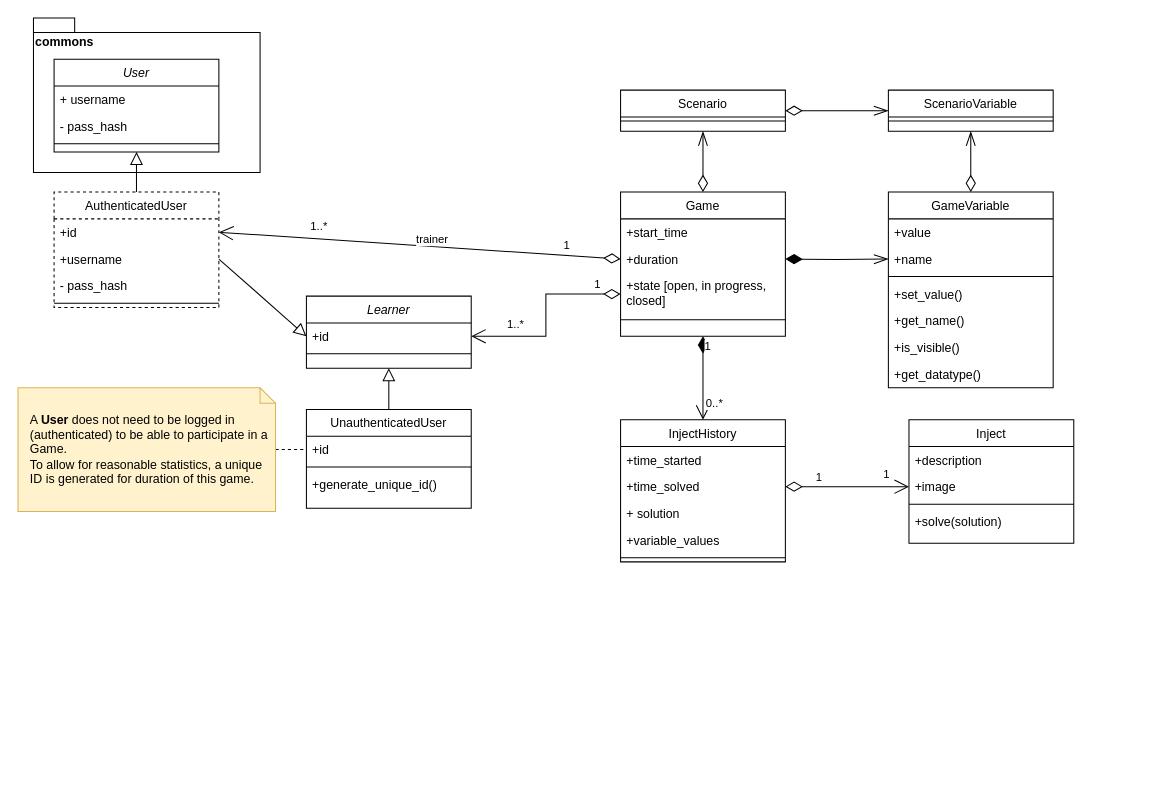
This is page "Game_Participation" (3 of 5) of artefacts/static_view/class diagram.drawio from Elias-Ladenburger/CSEP, a draw.io file, before an edit. Source tidied: cells renumbered, new cells numbered last; positions are measured from the earlier drawing's top-left corner, leaving out a move shared by most shapes. Both pictures are drawn from the tidied source at 103%, with x=0, y=0 at pixel (18, 18).
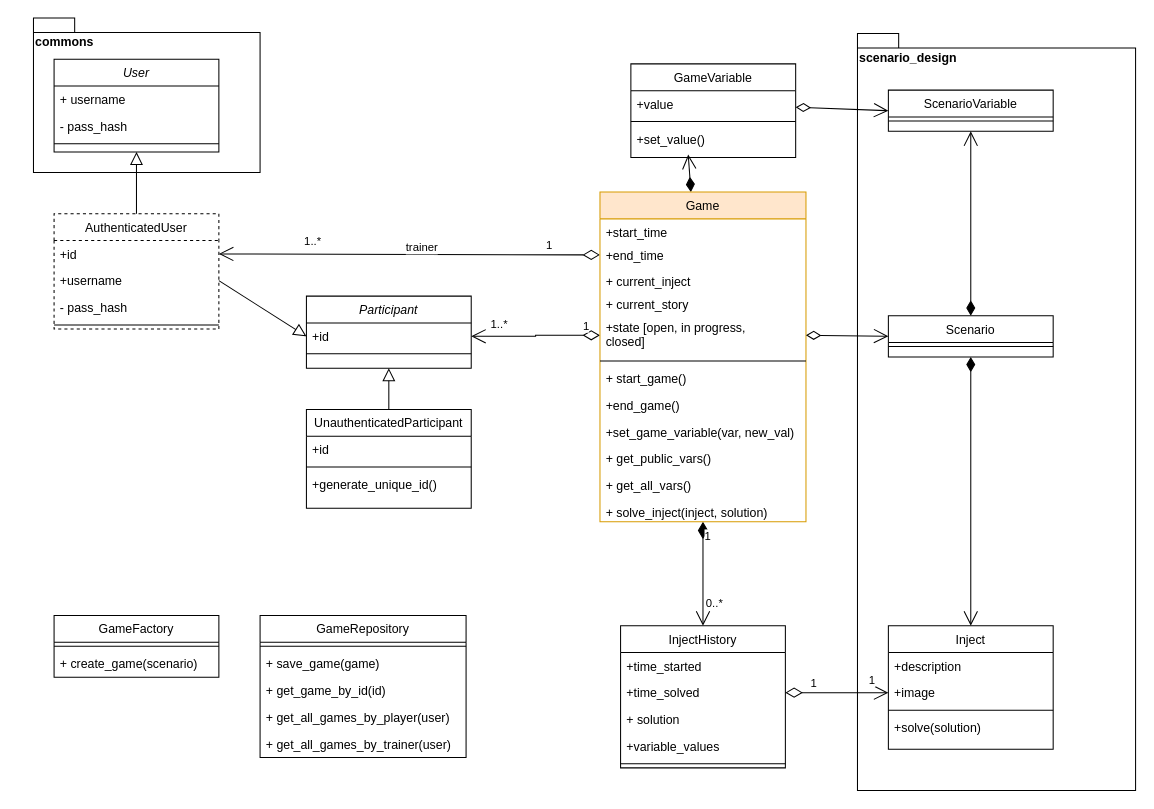
The same diagram, later.

Unchanged cells that the change refers to:
```xml
<mxCell id="3" value="+value" style="text;align=left;verticalAlign=top;spacingLeft=4;spacingRight=4;overflow=hidden;points=[[0,0.5],[1,0.5]];portConstraint=eastwest;" parent="2" vertex="1">
  <mxGeometry y="26" width="160" height="26" as="geometry" />
</mxCell>
<mxCell id="29" value="+id" style="text;align=left;verticalAlign=top;spacingLeft=4;spacingRight=4;overflow=hidden;points=[[0,0.5],[1,0.5]];portConstraint=eastwest;" parent="28" vertex="1">
  <mxGeometry y="26" width="160" height="26" as="geometry" />
</mxCell>
<mxCell id="58" value="ScenarioVariable" style="swimlane;fontStyle=0;align=center;verticalAlign=top;horizontal=1;startSize=26;rounded=0;shadow=0;strokeWidth=1;" parent="1" vertex="1">
  <mxGeometry x="845" y="70" width="160" height="40" as="geometry" />
</mxCell>
```

Diff of the diagram source:
```diff
@@
+    <mxCell id="65" value="scenario_design" style="shape=folder;fontStyle=1;spacingTop=10;tabWidth=40;tabHeight=14;tabPosition=left;html=1;verticalAlign=top;align=left;" parent="1" vertex="1">
+      <mxGeometry x="815" y="15" width="270" height="735" as="geometry" />
+    </mxCell>
     <mxCell id="2" value="GameVariable" style="swimlane;fontStyle=0;align=center;verticalAlign=top;horizontal=1;startSize=26;rounded=0;shadow=0;strokeWidth=1;" parent="1" vertex="1">
-      <mxGeometry x="845" y="169" width="160" height="190" as="geometry" />
+      <mxGeometry x="595" y="44.5" width="160" height="91" as="geometry" />
     </mxCell>
@@
-    <mxCell id="4" value="+name" style="text;align=left;verticalAlign=top;spacingLeft=4;spacingRight=4;overflow=hidden;" parent="2" vertex="1">
-      <mxGeometry y="52" width="160" height="26" as="geometry" />
-    </mxCell>
     <mxCell id="5" style="line;html=1;strokeWidth=1;align=left;verticalAlign=middle;spacingTop=-1;spacingLeft=3;spacingRight=3;labelPosition=right;" parent="2" vertex="1">
-      <mxGeometry y="78" width="160" height="8" as="geometry" />
+      <mxGeometry y="52" width="160" height="8" as="geometry" />
     </mxCell>
     <mxCell id="6" value="+set_value()" style="text;align=left;verticalAlign=top;spacingLeft=4;spacingRight=4;overflow=hidden;points=[[0,0.5],[1,0.5]];portConstraint=eastwest;" parent="2" vertex="1">
-      <mxGeometry y="86" width="160" height="26" as="geometry" />
+      <mxGeometry y="60" width="160" height="26" as="geometry" />
     </mxCell>
-    <mxCell id="7" value="+get_name()" style="text;align=left;verticalAlign=top;spacingLeft=4;spacingRight=4;overflow=hidden;" parent="2" vertex="1">
-      <mxGeometry y="112" width="160" height="26" as="geometry" />
-    </mxCell>
-    <mxCell id="8" value="+is_visible()" style="text;align=left;verticalAlign=top;spacingLeft=4;spacingRight=4;overflow=hidden;" parent="2" vertex="1">
-      <mxGeometry y="138" width="160" height="26" as="geometry" />
-    </mxCell>
-    <mxCell id="9" value="+get_datatype()" style="text;align=left;verticalAlign=top;spacingLeft=4;spacingRight=4;overflow=hidden;" parent="2" vertex="1">
-      <mxGeometry y="164" width="160" height="26" as="geometry" />
-    </mxCell>
-    <mxCell id="10" value="Learner" style="swimlane;fontStyle=2;align=center;verticalAlign=top;horizontal=1;startSize=26;rounded=0;shadow=0;strokeWidth=1;" parent="1" vertex="1">
+    <mxCell id="10" value="Participant" style="swimlane;fontStyle=2;align=center;verticalAlign=top;horizontal=1;startSize=26;rounded=0;shadow=0;strokeWidth=1;" parent="1" vertex="1">
       <mxGeometry x="280" y="270" width="160" height="70" as="geometry" />
     </mxCell>
@@
     <mxCell id="13" value="InjectHistory" style="swimlane;fontStyle=0;align=center;verticalAlign=top;horizontal=1;startSize=26;rounded=0;shadow=0;strokeWidth=1;" parent="1" vertex="1">
-      <mxGeometry x="585" y="390" width="160" height="138" as="geometry" />
+      <mxGeometry x="585" y="590" width="160" height="138" as="geometry" />
     </mxCell>
@@
     <mxCell id="23" value="AuthenticatedUser" style="swimlane;fontStyle=0;align=center;verticalAlign=top;horizontal=1;startSize=26;rounded=0;shadow=0;strokeWidth=1;dashed=1;" parent="1" vertex="1">
-      <mxGeometry x="35" y="169" width="160" height="112" as="geometry" />
+      <mxGeometry x="35" y="190" width="160" height="112" as="geometry" />
     </mxCell>
@@
-    <mxCell id="28" value="UnauthenticatedUser" style="swimlane;fontStyle=0;align=center;verticalAlign=top;horizontal=1;startSize=26;rounded=0;shadow=0;strokeWidth=1;" parent="1" vertex="1">
+    <mxCell id="28" value="UnauthenticatedParticipant" style="swimlane;fontStyle=0;align=center;verticalAlign=top;horizontal=1;startSize=26;rounded=0;shadow=0;strokeWidth=1;" parent="1" vertex="1">
       <mxGeometry x="280" y="380" width="160" height="96" as="geometry" />
     </mxCell>
@@
-    <mxCell id="33" style="rounded=0;jettySize=auto;html=1;dashed=1;endArrow=none;endFill=0;entryX=0;entryY=0.5;entryDx=0;entryDy=0;" parent="1" edge="1" source="34" target="29">
-      <mxGeometry relative="1" as="geometry" />
-    </mxCell>
-    <mxCell id="34" value="&lt;div&gt;A &lt;b&gt;User &lt;/b&gt;does not need to be logged in (authenticated) to be able to participate in a Game.&lt;/div&gt;To allow for reasonable statistics, a unique ID is generated for duration of this game.&amp;nbsp;" style="shape=note;size=15;align=left;spacingLeft=10;html=1;whiteSpace=wrap;fillColor=#fff2cc;strokeColor=#d6b656;" parent="1" vertex="1">
-      <mxGeometry y="359" width="250" height="120" as="geometry" />
-    </mxCell>
@@
     <mxCell id="45" value="Inject" style="swimlane;fontStyle=0;align=center;verticalAlign=top;horizontal=1;startSize=26;rounded=0;shadow=0;strokeWidth=1;" parent="1" vertex="1">
-      <mxGeometry x="865" y="390" width="160" height="120" as="geometry" />
+      <mxGeometry x="845" y="590" width="160" height="120" as="geometry" />
     </mxCell>
@@
+    <mxCell id="66" style="edgeStyle=none;rounded=0;jettySize=auto;html=1;entryX=0.348;entryY=1.079;entryDx=0;entryDy=0;entryPerimeter=0;startArrow=diamondThin;startFill=1;endArrow=open;endFill=0;startSize=12;endSize=12;" parent="1" edge="1" source="52" target="6">
+      <mxGeometry relative="1" as="geometry" />
+    </mxCell>
-    <mxCell id="52" value="Game" style="swimlane;fontStyle=0;align=center;verticalAlign=top;horizontal=1;startSize=26;rounded=0;shadow=0;strokeWidth=1;" parent="1" vertex="1">
-      <mxGeometry x="585" y="169" width="160" height="140" as="geometry" />
+    <mxCell id="52" value="Game" style="swimlane;fontStyle=0;align=center;verticalAlign=top;horizontal=1;startSize=26;rounded=0;shadow=0;strokeWidth=1;fillColor=#ffe6cc;strokeColor=#d79b00;" parent="1" vertex="1">
+      <mxGeometry x="565" y="169" width="200" height="320" as="geometry" />
     </mxCell>
     <mxCell id="53" value="+start_time" style="text;align=left;verticalAlign=top;spacingLeft=4;spacingRight=4;overflow=hidden;" parent="52" vertex="1">
-      <mxGeometry y="26" width="160" height="26" as="geometry" />
+      <mxGeometry y="26" width="200" height="22" as="geometry" />
     </mxCell>
-    <mxCell id="54" value="+duration" style="text;align=left;verticalAlign=top;spacingLeft=4;spacingRight=4;overflow=hidden;points=[[0,0.5],[1,0.5]];portConstraint=eastwest;rounded=0;shadow=0;html=0;" parent="52" vertex="1">
-      <mxGeometry y="52" width="160" height="26" as="geometry" />
+    <mxCell id="54" value="+end_time" style="text;align=left;verticalAlign=top;spacingLeft=4;spacingRight=4;overflow=hidden;points=[[0,0.5],[1,0.5]];portConstraint=eastwest;rounded=0;shadow=0;html=0;" parent="52" vertex="1">
+      <mxGeometry y="48" width="200" height="26" as="geometry" />
     </mxCell>
+    <mxCell id="67" value="+ current_inject" style="text;align=left;verticalAlign=top;spacingLeft=4;spacingRight=4;overflow=hidden;" parent="52" vertex="1">
+      <mxGeometry y="74" width="200" height="22" as="geometry" />
+    </mxCell>
+    <mxCell id="68" value="+ current_story" style="text;align=left;verticalAlign=top;spacingLeft=4;spacingRight=4;overflow=hidden;" parent="52" vertex="1">
+      <mxGeometry y="96" width="200" height="22" as="geometry" />
+    </mxCell>
     <mxCell id="55" value="+state [open, in progress, &#10;closed]" style="text;align=left;verticalAlign=top;spacingLeft=4;spacingRight=4;overflow=hidden;points=[[0,0.5],[1,0.5]];portConstraint=eastwest;rounded=0;shadow=0;html=0;" parent="52" vertex="1">
-      <mxGeometry y="78" width="160" height="42" as="geometry" />
+      <mxGeometry y="118" width="200" height="42" as="geometry" />
     </mxCell>
     <mxCell id="56" style="line;html=1;strokeWidth=1;align=left;verticalAlign=middle;spacingTop=-1;spacingLeft=3;spacingRight=3;labelPosition=right;" parent="52" vertex="1">
-      <mxGeometry y="120" width="160" height="8" as="geometry" />
+      <mxGeometry y="160" width="200" height="8" as="geometry" />
     </mxCell>
-    <mxCell id="57" style="edgeStyle=orthogonalEdgeStyle;rounded=0;jettySize=auto;html=1;exitX=0.5;exitY=1;exitDx=0;exitDy=0;entryX=0.5;entryY=0;entryDx=0;entryDy=0;startArrow=openThin;startFill=0;endArrow=diamondThin;endFill=0;endSize=14;startSize=12;" parent="1" edge="1" source="61" target="52">
-      <mxGeometry relative="1" as="geometry" />
-    </mxCell>
+    <mxCell id="69" value="+ start_game()" style="text;align=left;verticalAlign=top;spacingLeft=4;spacingRight=4;overflow=hidden;rounded=0;shadow=0;html=0;" parent="52" vertex="1">
+      <mxGeometry y="168" width="200" height="26" as="geometry" />
+    </mxCell>
+    <mxCell id="70" value="+end_game()" style="text;align=left;verticalAlign=top;spacingLeft=4;spacingRight=4;overflow=hidden;rounded=0;shadow=0;html=0;" parent="52" vertex="1">
+      <mxGeometry y="194" width="200" height="26" as="geometry" />
+    </mxCell>
+    <mxCell id="71" value="+set_game_variable(var, new_val)" style="text;align=left;verticalAlign=top;spacingLeft=4;spacingRight=4;overflow=hidden;rounded=0;shadow=0;html=0;" parent="52" vertex="1">
+      <mxGeometry y="220" width="200" height="26" as="geometry" />
+    </mxCell>
+    <mxCell id="72" value="+ get_public_vars()" style="text;align=left;verticalAlign=top;spacingLeft=4;spacingRight=4;overflow=hidden;rounded=0;shadow=0;html=0;" parent="52" vertex="1">
+      <mxGeometry y="246" width="200" height="26" as="geometry" />
+    </mxCell>
+    <mxCell id="73" value="+ get_all_vars()" style="text;align=left;verticalAlign=top;spacingLeft=4;spacingRight=4;overflow=hidden;rounded=0;shadow=0;html=0;" parent="52" vertex="1">
+      <mxGeometry y="272" width="200" height="26" as="geometry" />
+    </mxCell>
+    <mxCell id="74" value="+ solve_inject(inject, solution)" style="text;align=left;verticalAlign=top;spacingLeft=4;spacingRight=4;overflow=hidden;" parent="52" vertex="1">
+      <mxGeometry y="298" width="200" height="22" as="geometry" />
+    </mxCell>
@@
-    <mxCell id="60" style="edgeStyle=orthogonalEdgeStyle;rounded=0;jettySize=auto;html=1;exitX=0;exitY=0.5;exitDx=0;exitDy=0;startArrow=openThin;startFill=0;endArrow=diamondThin;endFill=1;endSize=14;startSize=12;entryX=1;entryY=0.5;entryDx=0;entryDy=0;" parent="1" edge="1" target="54">
-      <mxGeometry relative="1" as="geometry">
-        <mxPoint x="845" y="234" as="sourcePoint" />
-      </mxGeometry>
-    </mxCell>
+    <mxCell id="75" style="edgeStyle=none;rounded=0;jettySize=auto;html=1;entryX=0.5;entryY=1;entryDx=0;entryDy=0;startArrow=diamondThin;startFill=1;endArrow=open;endFill=0;startSize=12;endSize=12;" parent="1" edge="1" source="61" target="58">
+      <mxGeometry relative="1" as="geometry" />
+    </mxCell>
+    <mxCell id="76" style="edgeStyle=none;rounded=0;jettySize=auto;html=1;entryX=0.5;entryY=0;entryDx=0;entryDy=0;startArrow=diamondThin;startFill=1;endArrow=open;endFill=0;startSize=12;endSize=12;" parent="1" edge="1" source="61" target="45">
+      <mxGeometry relative="1" as="geometry" />
+    </mxCell>
     <mxCell id="61" value="Scenario" style="swimlane;fontStyle=0;align=center;verticalAlign=top;horizontal=1;startSize=26;rounded=0;shadow=0;strokeWidth=1;" parent="1" vertex="1">
-      <mxGeometry x="585" y="70" width="160" height="40" as="geometry" />
+      <mxGeometry x="845" y="289" width="160" height="40" as="geometry" />
     </mxCell>
@@
-    <mxCell id="63" style="edgeStyle=orthogonalEdgeStyle;rounded=0;jettySize=auto;html=1;exitX=0.5;exitY=1;exitDx=0;exitDy=0;startArrow=openThin;startFill=0;endArrow=diamondThin;endFill=0;endSize=14;startSize=12;" parent="1" edge="1" source="58" target="2">
-      <mxGeometry relative="1" as="geometry" />
-    </mxCell>
-    <mxCell id="64" style="edgeStyle=orthogonalEdgeStyle;rounded=0;jettySize=auto;html=1;exitX=0;exitY=0.5;exitDx=0;exitDy=0;entryX=1;entryY=0.5;entryDx=0;entryDy=0;startArrow=openThin;startFill=0;endArrow=diamondThin;endFill=0;endSize=14;startSize=12;" parent="1" edge="1" source="58" target="61">
-      <mxGeometry relative="1" as="geometry" />
-    </mxCell>
+    <mxCell id="77" style="edgeStyle=none;rounded=0;jettySize=auto;html=1;entryX=0;entryY=0.5;entryDx=0;entryDy=0;startArrow=diamondThin;startFill=0;endArrow=open;endFill=0;startSize=12;endSize=12;" parent="1" edge="1" source="3" target="58">
+      <mxGeometry relative="1" as="geometry" />
+    </mxCell>
+    <mxCell id="78" style="edgeStyle=none;rounded=0;jettySize=auto;html=1;entryX=0;entryY=0.5;entryDx=0;entryDy=0;startArrow=diamondThin;startFill=0;endArrow=open;endFill=0;startSize=12;endSize=12;exitX=1;exitY=0.5;exitDx=0;exitDy=0;" parent="1" edge="1" source="55" target="61">
+      <mxGeometry relative="1" as="geometry" />
+    </mxCell>
+    <mxCell id="79" value="GameFactory" style="swimlane;fontStyle=0;align=center;verticalAlign=top;horizontal=1;startSize=26;rounded=0;shadow=0;strokeWidth=1;" parent="1" vertex="1">
+      <mxGeometry x="35" y="580" width="160" height="60" as="geometry" />
+    </mxCell>
+    <mxCell id="80" style="line;html=1;strokeWidth=1;align=left;verticalAlign=middle;spacingTop=-1;spacingLeft=3;spacingRight=3;labelPosition=right;" parent="79" vertex="1">
+      <mxGeometry y="26" width="160" height="8" as="geometry" />
+    </mxCell>
+    <mxCell id="81" value="+ create_game(scenario)" style="text;align=left;verticalAlign=top;spacingLeft=4;spacingRight=4;overflow=hidden;rounded=0;shadow=0;html=0;" parent="79" vertex="1">
+      <mxGeometry y="34" width="160" height="26" as="geometry" />
+    </mxCell>
+    <mxCell id="82" value="GameRepository" style="swimlane;fontStyle=0;align=center;verticalAlign=top;horizontal=1;startSize=26;rounded=0;shadow=0;strokeWidth=1;" parent="1" vertex="1">
+      <mxGeometry x="235" y="580" width="200" height="138" as="geometry" />
+    </mxCell>
+    <mxCell id="83" style="line;html=1;strokeWidth=1;align=left;verticalAlign=middle;spacingTop=-1;spacingLeft=3;spacingRight=3;labelPosition=right;" parent="82" vertex="1">
+      <mxGeometry y="26" width="200" height="8" as="geometry" />
+    </mxCell>
+    <mxCell id="84" value="+ save_game(game)" style="text;align=left;verticalAlign=top;spacingLeft=4;spacingRight=4;overflow=hidden;rounded=0;shadow=0;html=0;" parent="82" vertex="1">
+      <mxGeometry y="34" width="200" height="26" as="geometry" />
+    </mxCell>
+    <mxCell id="85" value="+ get_game_by_id(id)" style="text;align=left;verticalAlign=top;spacingLeft=4;spacingRight=4;overflow=hidden;rounded=0;shadow=0;html=0;" parent="82" vertex="1">
+      <mxGeometry y="60" width="200" height="26" as="geometry" />
+    </mxCell>
+    <mxCell id="86" value="+ get_all_games_by_player(user)" style="text;align=left;verticalAlign=top;spacingLeft=4;spacingRight=4;overflow=hidden;rounded=0;shadow=0;html=0;" parent="82" vertex="1">
+      <mxGeometry y="86" width="200" height="26" as="geometry" />
+    </mxCell>
+    <mxCell id="87" value="+ get_all_games_by_trainer(user)" style="text;align=left;verticalAlign=top;spacingLeft=4;spacingRight=4;overflow=hidden;rounded=0;shadow=0;html=0;" parent="82" vertex="1">
+      <mxGeometry y="112" width="200" height="26" as="geometry" />
+    </mxCell>
```
